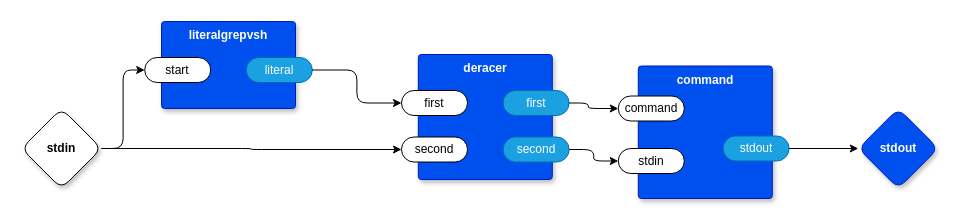
Above: page "softgrepvsh" (6 of 8) of vsh.drawio in guitarvydas/odin0d (draw.io), before the change. Source tidied: cells renumbered, new cells numbered last; positions are measured from the earlier drawing's top-left corner, leaving out a move shared by most shapes. Both pictures are drawn from the tidied source at 100%, with x=0, y=0 at pixel (21, 21).
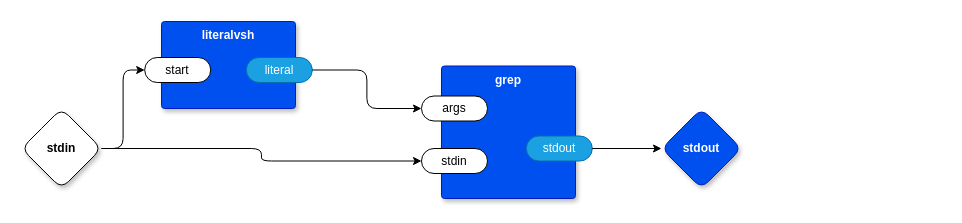
The same diagram, later.

Commit message (it also covers changes not shown here):
begin stringconcat

Unchanged cells that the change refers to:
```xml
<mxCell id="5" value="stdin" style="rounded=1;whiteSpace=wrap;html=1;sketch=0;points=[[0,0.5,0,0,0],[1,0.5,0,0,0]];arcSize=50;" parent="2" vertex="1">
  <mxGeometry x="-20" y="82.5" width="66" height="25" as="geometry" />
</mxCell>
<mxCell id="8" value="stdin" style="rhombus;whiteSpace=wrap;html=1;rounded=1;fontStyle=1;glass=0;sketch=0;fontSize=12;points=[[0,0.5,0,0,0],[0.5,0,0,0,0],[0.5,1,0,0,0],[1,0.5,0,0,0]];shadow=1;" parent="1" vertex="1">
  <mxGeometry y="87" width="80" height="80" as="geometry" />
</mxCell>
<mxCell id="13" value="literal" style="rounded=1;whiteSpace=wrap;html=1;sketch=0;points=[[0,0.5,0,0,0],[1,0.5,0,0,0]];fillColor=#1ba1e2;fontColor=#ffffff;strokeColor=#006EAF;arcSize=50;" parent="11" vertex="1">
  <mxGeometry x="84.8" y="36" width="66" height="25" as="geometry" />
</mxCell>
```

The edit, as a diff of the source:
```diff
@@
-    <mxCell id="2" value="command" style="rounded=1;whiteSpace=wrap;html=1;sketch=0;verticalAlign=top;arcSize=6;fontStyle=1;absoluteArcSize=1;shadow=1;strokeColor=#001DBC;fillColor=#0050ef;fontColor=#ffffff;" parent="1" vertex="1">
-      <mxGeometry x="616.8" y="44.5" width="134" height="132.5" as="geometry" />
+    <mxCell id="2" value="grep" style="rounded=1;whiteSpace=wrap;html=1;sketch=0;verticalAlign=top;arcSize=6;fontStyle=1;absoluteArcSize=1;shadow=1;strokeColor=#001DBC;fillColor=#0050ef;fontColor=#ffffff;" parent="1" vertex="1">
+      <mxGeometry x="420" y="44.5" width="134" height="132.5" as="geometry" />
     </mxCell>
@@
-    <mxCell id="4" value="command" style="rounded=1;whiteSpace=wrap;html=1;sketch=0;points=[[0,0.5,0,0,0],[1,0.5,0,0,0]];arcSize=50;" parent="2" vertex="1">
+    <mxCell id="4" value="args" style="rounded=1;whiteSpace=wrap;html=1;sketch=0;points=[[0,0.5,0,0,0],[1,0.5,0,0,0]];arcSize=50;" parent="2" vertex="1">
       <mxGeometry x="-20" y="30" width="66" height="25" as="geometry" />
     </mxCell>
@@
-    <mxCell id="7" style="edgeStyle=orthogonalEdgeStyle;rounded=1;jettySize=auto;html=1;exitX=1;exitY=0.5;exitDx=0;exitDy=0;exitPerimeter=0;entryX=0;entryY=0.5;entryDx=0;entryDy=0;entryPerimeter=0;" parent="1" edge="1" source="8" target="17">
+    <mxCell id="7" style="edgeStyle=orthogonalEdgeStyle;rounded=1;jettySize=auto;html=1;exitX=1;exitY=0.5;exitDx=0;exitDy=0;exitPerimeter=0;entryX=0;entryY=0.5;entryDx=0;entryDy=0;entryPerimeter=0;" parent="1" edge="1" source="8" target="5">
       <mxGeometry relative="1" as="geometry" />
     </mxCell>
@@
     <mxCell id="9" value="stdout" style="rhombus;whiteSpace=wrap;html=1;rounded=1;fillColor=#0050ef;fontColor=#ffffff;strokeColor=#001DBC;fontStyle=1;glass=0;sketch=0;fontSize=12;points=[[0,0.5,0,0,0],[0.5,0,0,0,0],[0.5,1,0,0,0],[1,0.5,0,0,0]];shadow=1;" parent="1" vertex="1">
-      <mxGeometry x="836.8" y="87" width="80" height="80" as="geometry" />
+      <mxGeometry x="640" y="87" width="80" height="80" as="geometry" />
     </mxCell>
@@
-    <mxCell id="11" value="literalgrepvsh" style="rounded=1;whiteSpace=wrap;html=1;sketch=0;verticalAlign=top;arcSize=6;fontStyle=1;absoluteArcSize=1;shadow=1;strokeColor=#001DBC;fillColor=#0050ef;fontColor=#ffffff;" parent="1" vertex="1">
+    <mxCell id="11" value="literalvsh" style="rounded=1;whiteSpace=wrap;html=1;sketch=0;verticalAlign=top;arcSize=6;fontStyle=1;absoluteArcSize=1;shadow=1;strokeColor=#001DBC;fillColor=#0050ef;fontColor=#ffffff;" parent="1" vertex="1">
       <mxGeometry x="140" width="134" height="87" as="geometry" />
     </mxCell>
@@
-    <mxCell id="14" value="deracer" style="rounded=1;whiteSpace=wrap;html=1;sketch=0;verticalAlign=top;arcSize=6;fontStyle=1;absoluteArcSize=1;shadow=1;strokeColor=#001DBC;fillColor=#0050ef;fontColor=#ffffff;" parent="1" vertex="1">
-      <mxGeometry x="396.8" y="33" width="134" height="125" as="geometry" />
-    </mxCell>
-    <mxCell id="15" value="first" style="rounded=1;whiteSpace=wrap;html=1;sketch=0;points=[[0,0.5,0,0,0],[1,0.5,0,0,0]];arcSize=50;" parent="14" vertex="1">
-      <mxGeometry x="-16.8" y="36" width="66" height="25" as="geometry" />
-    </mxCell>
-    <mxCell id="16" value="first" style="rounded=1;whiteSpace=wrap;html=1;sketch=0;points=[[0,0.5,0,0,0],[1,0.5,0,0,0]];fillColor=#1ba1e2;fontColor=#ffffff;strokeColor=#006EAF;arcSize=50;" parent="14" vertex="1">
-      <mxGeometry x="84.8" y="36" width="66" height="25" as="geometry" />
-    </mxCell>
-    <mxCell id="17" value="second" style="rounded=1;whiteSpace=wrap;html=1;sketch=0;points=[[0,0.5,0,0,0],[1,0.5,0,0,0]];arcSize=50;" parent="14" vertex="1">
-      <mxGeometry x="-16.8" y="82.5" width="66" height="25" as="geometry" />
-    </mxCell>
-    <mxCell id="18" value="second" style="rounded=1;whiteSpace=wrap;html=1;sketch=0;points=[[0,0.5,0,0,0],[1,0.5,0,0,0]];fillColor=#1ba1e2;fontColor=#ffffff;strokeColor=#006EAF;arcSize=50;" parent="14" vertex="1">
-      <mxGeometry x="84.8" y="82.5" width="66" height="25" as="geometry" />
-    </mxCell>
-    <mxCell id="19" style="edgeStyle=orthogonalEdgeStyle;rounded=1;jettySize=auto;html=1;exitX=1;exitY=0.5;exitDx=0;exitDy=0;exitPerimeter=0;entryX=0;entryY=0.5;entryDx=0;entryDy=0;entryPerimeter=0;" parent="1" edge="1" source="16" target="4">
-      <mxGeometry relative="1" as="geometry">
-        <Array as="points">
-          <mxPoint x="566.8" y="82" />
-          <mxPoint x="566.8" y="87" />
-        </Array>
-      </mxGeometry>
-    </mxCell>
-    <mxCell id="20" style="edgeStyle=orthogonalEdgeStyle;rounded=1;jettySize=auto;html=1;exitX=1;exitY=0.5;exitDx=0;exitDy=0;exitPerimeter=0;entryX=0;entryY=0.5;entryDx=0;entryDy=0;entryPerimeter=0;" parent="1" edge="1" source="13" target="15">
+    <mxCell id="20" style="edgeStyle=orthogonalEdgeStyle;rounded=1;jettySize=auto;html=1;exitX=1;exitY=0.5;exitDx=0;exitDy=0;exitPerimeter=0;entryX=0;entryY=0.5;entryDx=0;entryDy=0;entryPerimeter=0;" parent="1" edge="1" source="13" target="4">
       <mxGeometry relative="1" as="geometry" />
     </mxCell>
-    <mxCell id="21" style="edgeStyle=orthogonalEdgeStyle;rounded=1;jettySize=auto;html=1;exitX=1;exitY=0.5;exitDx=0;exitDy=0;exitPerimeter=0;entryX=0;entryY=0.5;entryDx=0;entryDy=0;entryPerimeter=0;" parent="1" edge="1" source="18" target="5">
-      <mxGeometry relative="1" as="geometry" />
-    </mxCell>
```
